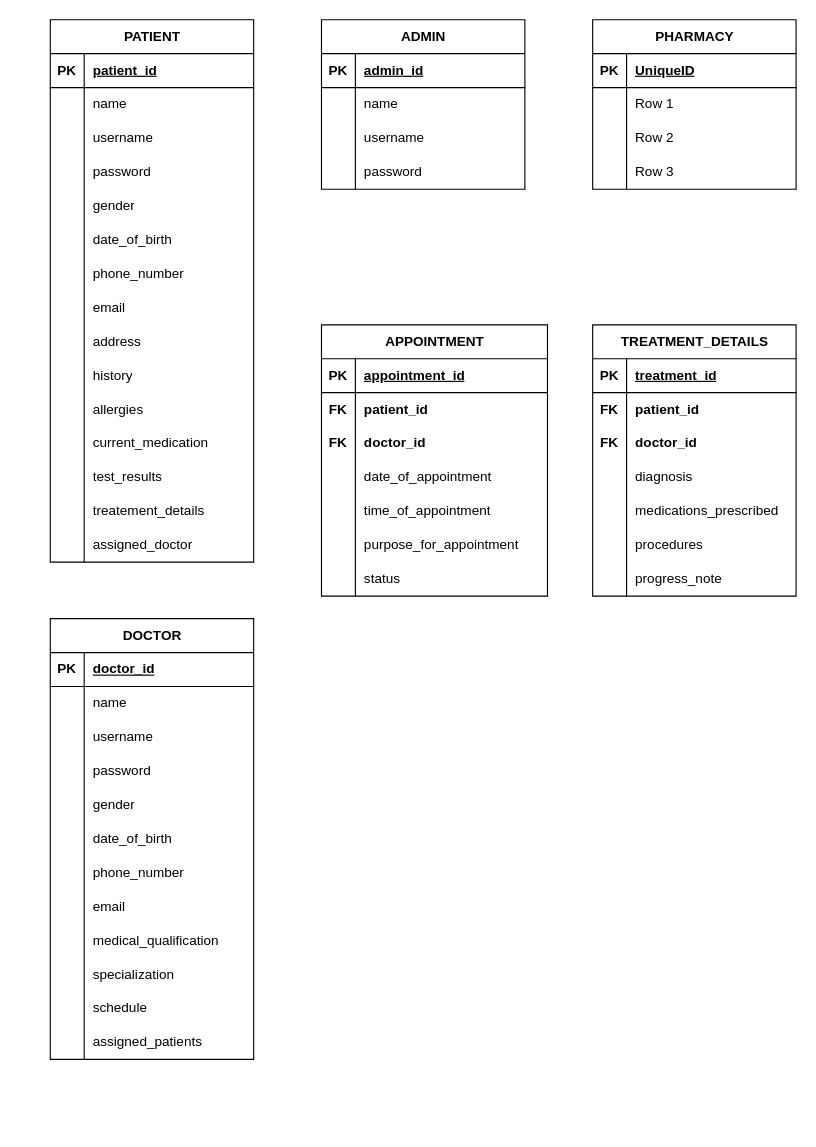
Above: healthmanagementsystem.drawio in Holison18/Data-Base-ER-diagrams (draw.io), before the change. Source tidied: cells renumbered, new cells numbered last; positions are measured from the earlier drawing's top-left corner, leaving out a move shared by most shapes. Both pictures are drawn from the tidied source at 113%, with x=0, y=0 at pixel (50, 19).
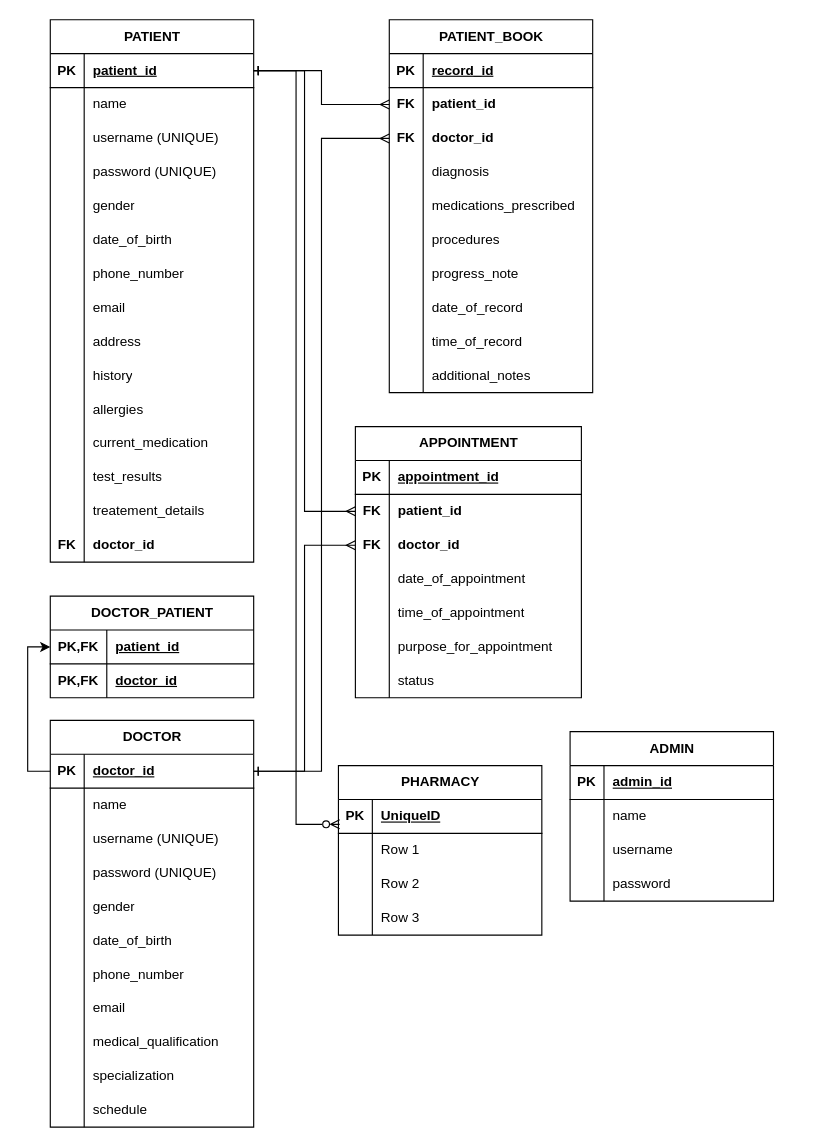
The same diagram, later.

The change refers to these unchanged cells:
```xml
<mxCell id="3" style="shape=tableRow;horizontal=0;startSize=0;swimlaneHead=0;swimlaneBody=0;fillColor=none;points=[[0,0.5],[1,0.5]];portConstraint=eastwest;top=0;left=0;right=0;bottom=1;" parent="2" vertex="1">
  <mxGeometry y="30" width="180" height="30" as="geometry" />
</mxCell>
<mxCell id="9" style="shape=tableRow;horizontal=0;startSize=0;swimlaneHead=0;swimlaneBody=0;fillColor=none;top=0;left=0;right=0;bottom=0;" parent="2" vertex="1">
  <mxGeometry y="90" width="180" height="30" as="geometry" />
</mxCell>
<mxCell id="12" style="shape=tableRow;horizontal=0;startSize=0;swimlaneHead=0;swimlaneBody=0;fillColor=none;top=0;left=0;right=0;bottom=0;" parent="2" vertex="1">
  <mxGeometry y="120" width="180" height="30" as="geometry" />
</mxCell>
<mxCell id="45" style="shape=tableRow;horizontal=0;startSize=0;swimlaneHead=0;swimlaneBody=0;fillColor=none;top=0;left=0;right=0;bottom=0;" parent="2" vertex="1">
  <mxGeometry y="450" width="180" height="30" as="geometry" />
</mxCell>
<mxCell id="62" style="shape=tableRow;horizontal=0;startSize=0;swimlaneHead=0;swimlaneBody=0;fillColor=none;points=[[0,0.5],[1,0.5]];portConstraint=eastwest;top=0;left=0;right=0;bottom=1;" parent="61" vertex="1">
  <mxGeometry y="30" width="180" height="30" as="geometry" />
</mxCell>
<mxCell id="68" style="shape=tableRow;horizontal=0;startSize=0;swimlaneHead=0;swimlaneBody=0;fillColor=none;top=0;left=0;right=0;bottom=0;" parent="61" vertex="1">
  <mxGeometry y="90" width="180" height="30" as="geometry" />
</mxCell>
<mxCell id="71" style="shape=tableRow;horizontal=0;startSize=0;swimlaneHead=0;swimlaneBody=0;fillColor=none;top=0;left=0;right=0;bottom=0;" parent="61" vertex="1">
  <mxGeometry y="120" width="180" height="30" as="geometry" />
</mxCell>
<mxCell id="102" style="shape=tableRow;horizontal=0;startSize=0;swimlaneHead=0;swimlaneBody=0;fillColor=none;points=[[0,0.5],[1,0.5]];portConstraint=eastwest;top=0;left=0;right=0;bottom=0;" parent="98" vertex="1">
  <mxGeometry y="60" width="200" height="30" as="geometry" />
</mxCell>
<mxCell id="105" style="shape=tableRow;horizontal=0;startSize=0;swimlaneHead=0;swimlaneBody=0;fillColor=none;points=[[0,0.5],[1,0.5]];portConstraint=eastwest;top=0;left=0;right=0;bottom=0;" parent="98" vertex="1">
  <mxGeometry y="90" width="200" height="30" as="geometry" />
</mxCell>
<mxCell id="121" style="shape=tableRow;horizontal=0;startSize=0;swimlaneHead=0;swimlaneBody=0;fillColor=none;points=[[0,0.5],[1,0.5]];portConstraint=eastwest;top=0;left=0;right=0;bottom=1;" parent="120" vertex="1">
  <mxGeometry y="30" width="180" height="30" as="geometry" />
</mxCell>
<mxCell id="134" style="shape=tableRow;horizontal=0;startSize=0;swimlaneHead=0;swimlaneBody=0;fillColor=none;top=0;left=0;right=0;bottom=1;" parent="133" vertex="1">
  <mxGeometry y="30" width="180" height="30" as="geometry" />
</mxCell>
<mxCell id="137" style="shape=tableRow;horizontal=0;startSize=0;swimlaneHead=0;swimlaneBody=0;fillColor=none;points=[[0,0.5],[1,0.5]];portConstraint=eastwest;top=0;left=0;right=0;bottom=0;" parent="133" vertex="1">
  <mxGeometry y="60" width="180" height="30" as="geometry" />
</mxCell>
<mxCell id="140" style="shape=tableRow;horizontal=0;startSize=0;swimlaneHead=0;swimlaneBody=0;fillColor=none;points=[[0,0.5],[1,0.5]];portConstraint=eastwest;top=0;left=0;right=0;bottom=0;" parent="133" vertex="1">
  <mxGeometry y="90" width="180" height="30" as="geometry" />
</mxCell>
```

The edit, as a diff of the source:
```diff
@@
-    <mxCell id="11" value="username" style="shape=partialRectangle;fillColor=none;top=0;left=0;bottom=0;right=0;align=left;spacingLeft=6;overflow=hidden;whiteSpace=wrap;html=1;" parent="9" vertex="1">
+    <mxCell id="11" value="username (UNIQUE)" style="shape=partialRectangle;fillColor=none;top=0;left=0;bottom=0;right=0;align=left;spacingLeft=6;overflow=hidden;whiteSpace=wrap;html=1;" parent="9" vertex="1">
       <mxGeometry x="30" width="150" height="30" as="geometry" />
     </mxCell>
@@
-    <mxCell id="14" value="password" style="shape=partialRectangle;fillColor=none;top=0;left=0;bottom=0;right=0;align=left;spacingLeft=6;overflow=hidden;whiteSpace=wrap;html=1;" parent="12" vertex="1">
+    <mxCell id="14" value="password (UNIQUE)" style="shape=partialRectangle;fillColor=none;top=0;left=0;bottom=0;right=0;align=left;spacingLeft=6;overflow=hidden;whiteSpace=wrap;html=1;" parent="12" vertex="1">
       <mxGeometry x="30" width="150" height="30" as="geometry" />
     </mxCell>
@@
-    <mxCell id="46" style="shape=partialRectangle;fillColor=none;top=0;left=0;bottom=0;right=0;overflow=hidden;whiteSpace=wrap;html=1;" parent="45" vertex="1">
+    <mxCell id="46" value="&lt;b&gt;FK&lt;/b&gt;" style="shape=partialRectangle;fillColor=none;top=0;left=0;bottom=0;right=0;overflow=hidden;whiteSpace=wrap;html=1;" parent="45" vertex="1">
       <mxGeometry width="30" height="30" as="geometry" />
     </mxCell>
-    <mxCell id="47" value="assigned_doctor" style="shape=partialRectangle;fillColor=none;top=0;left=0;bottom=0;right=0;align=left;spacingLeft=6;overflow=hidden;whiteSpace=wrap;html=1;" parent="45" vertex="1">
+    <mxCell id="47" value="&lt;b&gt;doctor_id&lt;/b&gt;" style="shape=partialRectangle;fillColor=none;top=0;left=0;bottom=0;right=0;align=left;spacingLeft=6;overflow=hidden;whiteSpace=wrap;html=1;" parent="45" vertex="1">
       <mxGeometry x="30" width="150" height="30" as="geometry" />
     </mxCell>
     <mxCell id="48" value="ADMIN" style="shape=table;startSize=30;childLayout=tableLayout;rowLines=0;fontStyle=1;align=center;html=1;" parent="1" vertex="1">
-      <mxGeometry x="240" width="180" height="150" as="geometry" />
+      <mxGeometry x="460" y="630" width="180" height="150" as="geometry" />
     </mxCell>
@@
     <mxCell id="61" value="DOCTOR" style="shape=table;startSize=30;childLayout=tableLayout;rowLines=0;fontStyle=1;align=center;html=1;" parent="1" vertex="1">
-      <mxGeometry y="530" width="180" height="390" as="geometry" />
+      <mxGeometry y="620" width="180" height="360" as="geometry" />
     </mxCell>
@@
-    <mxCell id="70" value="username" style="shape=partialRectangle;fillColor=none;top=0;left=0;bottom=0;right=0;align=left;spacingLeft=6;overflow=hidden;whiteSpace=wrap;html=1;" parent="68" vertex="1">
+    <mxCell id="70" value="username (UNIQUE)" style="shape=partialRectangle;fillColor=none;top=0;left=0;bottom=0;right=0;align=left;spacingLeft=6;overflow=hidden;whiteSpace=wrap;html=1;" parent="68" vertex="1">
       <mxGeometry x="30" width="150" height="30" as="geometry" />
     </mxCell>
@@
-    <mxCell id="73" value="password" style="shape=partialRectangle;fillColor=none;top=0;left=0;bottom=0;right=0;align=left;spacingLeft=6;overflow=hidden;whiteSpace=wrap;html=1;" parent="71" vertex="1">
+    <mxCell id="73" value="password (UNIQUE)" style="shape=partialRectangle;fillColor=none;top=0;left=0;bottom=0;right=0;align=left;spacingLeft=6;overflow=hidden;whiteSpace=wrap;html=1;" parent="71" vertex="1">
       <mxGeometry x="30" width="150" height="30" as="geometry" />
     </mxCell>
@@
-    <mxCell id="95" style="shape=tableRow;horizontal=0;startSize=0;swimlaneHead=0;swimlaneBody=0;fillColor=none;top=0;left=0;right=0;bottom=0;" parent="61" vertex="1">
-      <mxGeometry y="360" width="180" height="30" as="geometry" />
-    </mxCell>
-    <mxCell id="96" style="shape=partialRectangle;fillColor=none;top=0;left=0;bottom=0;right=0;overflow=hidden;whiteSpace=wrap;html=1;" parent="95" vertex="1">
-      <mxGeometry width="30" height="30" as="geometry" />
-    </mxCell>
-    <mxCell id="97" value="assigned_patients" style="shape=partialRectangle;fillColor=none;top=0;left=0;bottom=0;right=0;align=left;spacingLeft=6;overflow=hidden;whiteSpace=wrap;html=1;" parent="95" vertex="1">
-      <mxGeometry x="30" width="150" height="30" as="geometry" />
-    </mxCell>
     <mxCell id="98" value="APPOINTMENT" style="shape=table;startSize=30;childLayout=tableLayout;rowLines=0;fontStyle=1;align=center;html=1;" parent="1" vertex="1">
-      <mxGeometry x="240" y="270" width="200" height="240" as="geometry" />
+      <mxGeometry x="270" y="360" width="200" height="240" as="geometry" />
     </mxCell>
@@
     <mxCell id="120" value="PHARMACY" style="shape=table;startSize=30;childLayout=tableLayout;rowLines=0;fontStyle=1;align=center;html=1;" parent="1" vertex="1">
-      <mxGeometry x="480" width="180" height="150" as="geometry" />
+      <mxGeometry x="255" y="660" width="180" height="150" as="geometry" />
     </mxCell>
@@
-    <mxCell id="133" value="TREATMENT_DETAILS" style="shape=table;startSize=30;childLayout=tableLayout;rowLines=0;fontStyle=1;align=center;html=1;" parent="1" vertex="1">
-      <mxGeometry x="480" y="270" width="180" height="240" as="geometry" />
+    <mxCell id="133" value="PATIENT_BOOK" style="shape=table;startSize=30;childLayout=tableLayout;rowLines=0;fontStyle=1;align=center;html=1;" parent="1" vertex="1">
+      <mxGeometry x="300" width="180" height="330" as="geometry" />
     </mxCell>
@@
-    <mxCell id="136" value="treatment_id" style="shape=partialRectangle;fillColor=none;top=0;left=0;bottom=0;right=0;align=left;spacingLeft=6;fontStyle=5;overflow=hidden;whiteSpace=wrap;html=1;" parent="134" vertex="1">
+    <mxCell id="136" value="record_id" style="shape=partialRectangle;fillColor=none;top=0;left=0;bottom=0;right=0;align=left;spacingLeft=6;fontStyle=5;overflow=hidden;whiteSpace=wrap;html=1;" parent="134" vertex="1">
       <mxGeometry x="30" width="150" height="30" as="geometry" />
     </mxCell>
@@
+    <mxCell id="155" style="shape=tableRow;horizontal=0;startSize=0;swimlaneHead=0;swimlaneBody=0;fillColor=none;top=0;left=0;right=0;bottom=0;" parent="133" vertex="1">
+      <mxGeometry y="240" width="180" height="30" as="geometry" />
+    </mxCell>
+    <mxCell id="156" style="shape=partialRectangle;fillColor=none;top=0;left=0;bottom=0;right=0;overflow=hidden;whiteSpace=wrap;html=1;" parent="155" vertex="1">
+      <mxGeometry width="30" height="30" as="geometry" />
+    </mxCell>
+    <mxCell id="157" value="date_of_record" style="shape=partialRectangle;fillColor=none;top=0;left=0;bottom=0;right=0;align=left;spacingLeft=6;overflow=hidden;whiteSpace=wrap;html=1;" parent="155" vertex="1">
+      <mxGeometry x="30" width="150" height="30" as="geometry" />
+    </mxCell>
+    <mxCell id="158" style="shape=tableRow;horizontal=0;startSize=0;swimlaneHead=0;swimlaneBody=0;fillColor=none;top=0;left=0;right=0;bottom=0;" parent="133" vertex="1">
+      <mxGeometry y="270" width="180" height="30" as="geometry" />
+    </mxCell>
+    <mxCell id="159" style="shape=partialRectangle;fillColor=none;top=0;left=0;bottom=0;right=0;overflow=hidden;whiteSpace=wrap;html=1;" parent="158" vertex="1">
+      <mxGeometry width="30" height="30" as="geometry" />
+    </mxCell>
+    <mxCell id="160" value="time_of_record" style="shape=partialRectangle;fillColor=none;top=0;left=0;bottom=0;right=0;align=left;spacingLeft=6;overflow=hidden;whiteSpace=wrap;html=1;" parent="158" vertex="1">
+      <mxGeometry x="30" width="150" height="30" as="geometry" />
+    </mxCell>
+    <mxCell id="161" style="shape=tableRow;horizontal=0;startSize=0;swimlaneHead=0;swimlaneBody=0;fillColor=none;top=0;left=0;right=0;bottom=0;" parent="133" vertex="1">
+      <mxGeometry y="300" width="180" height="30" as="geometry" />
+    </mxCell>
+    <mxCell id="162" style="shape=partialRectangle;fillColor=none;top=0;left=0;bottom=0;right=0;overflow=hidden;whiteSpace=wrap;html=1;" parent="161" vertex="1">
+      <mxGeometry width="30" height="30" as="geometry" />
+    </mxCell>
+    <mxCell id="163" value="additional_notes" style="shape=partialRectangle;fillColor=none;top=0;left=0;bottom=0;right=0;align=left;spacingLeft=6;overflow=hidden;whiteSpace=wrap;html=1;" parent="161" vertex="1">
+      <mxGeometry x="30" width="150" height="30" as="geometry" />
+    </mxCell>
+    <mxCell id="164" style="edgeStyle=orthogonalEdgeStyle;rounded=0;jettySize=auto;html=1;endArrow=ERmany;endFill=0;startArrow=ERone;startFill=0;" parent="1" edge="1" source="3" target="102">
+      <mxGeometry relative="1" as="geometry" />
+    </mxCell>
+    <mxCell id="165" style="edgeStyle=orthogonalEdgeStyle;rounded=0;jettySize=auto;html=1;entryX=0;entryY=0.5;entryDx=0;entryDy=0;endArrow=ERmany;endFill=0;startArrow=ERone;startFill=0;" parent="1" edge="1" source="3" target="137">
+      <mxGeometry relative="1" as="geometry" />
+    </mxCell>
+    <mxCell id="166" style="edgeStyle=orthogonalEdgeStyle;rounded=0;jettySize=auto;html=1;entryX=0.006;entryY=0.733;entryDx=0;entryDy=0;entryPerimeter=0;endArrow=ERzeroToMany;endFill=0;startArrow=ERone;startFill=0;" parent="1" edge="1" source="3" target="121">
+      <mxGeometry relative="1" as="geometry" />
+    </mxCell>
+    <mxCell id="167" style="edgeStyle=orthogonalEdgeStyle;rounded=0;jettySize=auto;html=1;entryX=0;entryY=0.5;entryDx=0;entryDy=0;endArrow=ERmany;endFill=0;startArrow=ERone;startFill=0;" parent="1" edge="1" source="62" target="105">
+      <mxGeometry relative="1" as="geometry" />
+    </mxCell>
+    <mxCell id="168" style="edgeStyle=orthogonalEdgeStyle;rounded=0;jettySize=auto;html=1;entryX=0;entryY=0.5;entryDx=0;entryDy=0;endArrow=ERmany;endFill=0;startArrow=ERone;startFill=0;" parent="1" edge="1" source="62" target="140">
+      <mxGeometry relative="1" as="geometry" />
+    </mxCell>
+    <mxCell id="169" value="DOCTOR_PATIENT" style="shape=table;startSize=30;childLayout=tableLayout;rowLines=0;fontStyle=1;align=center;html=1;" parent="1" vertex="1">
+      <mxGeometry y="510" width="180" height="90" as="geometry" />
+    </mxCell>
+    <mxCell id="170" style="shape=tableRow;horizontal=0;startSize=0;swimlaneHead=0;swimlaneBody=0;fillColor=none;points=[[0,0.5],[1,0.5]];portConstraint=eastwest;top=0;left=0;right=0;bottom=1;" parent="169" vertex="1">
+      <mxGeometry y="30" width="180" height="30" as="geometry" />
+    </mxCell>
+    <mxCell id="171" value="PK,FK" style="shape=partialRectangle;fillColor=none;top=0;left=0;bottom=0;right=0;fontStyle=1;overflow=hidden;whiteSpace=wrap;html=1;" parent="170" vertex="1">
+      <mxGeometry width="50" height="30" as="geometry" />
+    </mxCell>
+    <mxCell id="172" value="patient_id" style="shape=partialRectangle;fillColor=none;top=0;left=0;bottom=0;right=0;align=left;spacingLeft=6;fontStyle=5;overflow=hidden;whiteSpace=wrap;html=1;" parent="170" vertex="1">
+      <mxGeometry x="50" width="130" height="30" as="geometry" />
+    </mxCell>
+    <mxCell id="173" style="shape=tableRow;horizontal=0;startSize=0;swimlaneHead=0;swimlaneBody=0;fillColor=none;top=0;left=0;right=0;bottom=0;" parent="169" vertex="1">
+      <mxGeometry y="60" width="180" height="30" as="geometry" />
+    </mxCell>
+    <mxCell id="174" value="&lt;b&gt;PK,FK&lt;/b&gt;" style="shape=partialRectangle;fillColor=none;top=0;left=0;bottom=0;right=0;overflow=hidden;whiteSpace=wrap;html=1;" parent="173" vertex="1">
+      <mxGeometry width="50" height="30" as="geometry" />
+    </mxCell>
+    <mxCell id="175" value="doctor_id" style="shape=partialRectangle;fillColor=none;top=0;left=0;bottom=0;right=0;align=left;spacingLeft=6;overflow=hidden;whiteSpace=wrap;html=1;fontStyle=5;" parent="173" vertex="1">
+      <mxGeometry x="50" width="130" height="30" as="geometry" />
+    </mxCell>
+    <mxCell id="176" style="edgeStyle=orthogonalEdgeStyle;rounded=0;jettySize=auto;html=1;entryX=0;entryY=0.5;entryDx=0;entryDy=0;" parent="1" edge="1" source="62" target="170">
+      <mxGeometry relative="1" as="geometry" />
+    </mxCell>
```
